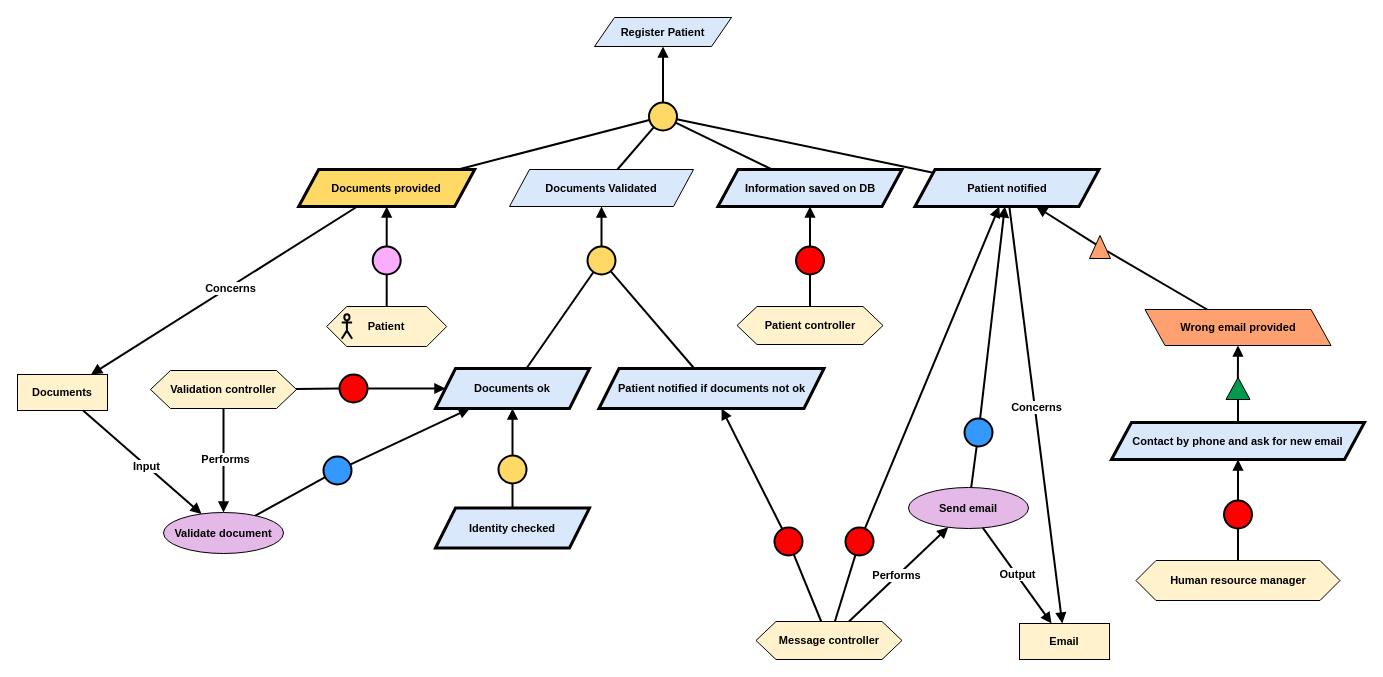
This is Kaos/KAOS 1.drawio from RafaelCMira/myclinic-msp-project, a draw.io file, before an edit. Source tidied: cells renumbered, new cells numbered last; positions are measured from the earlier drawing's top-left corner, leaving out a move shared by most shapes. Both pictures are drawn from the tidied source at 100%, with x=0, y=0 at pixel (17, 17).
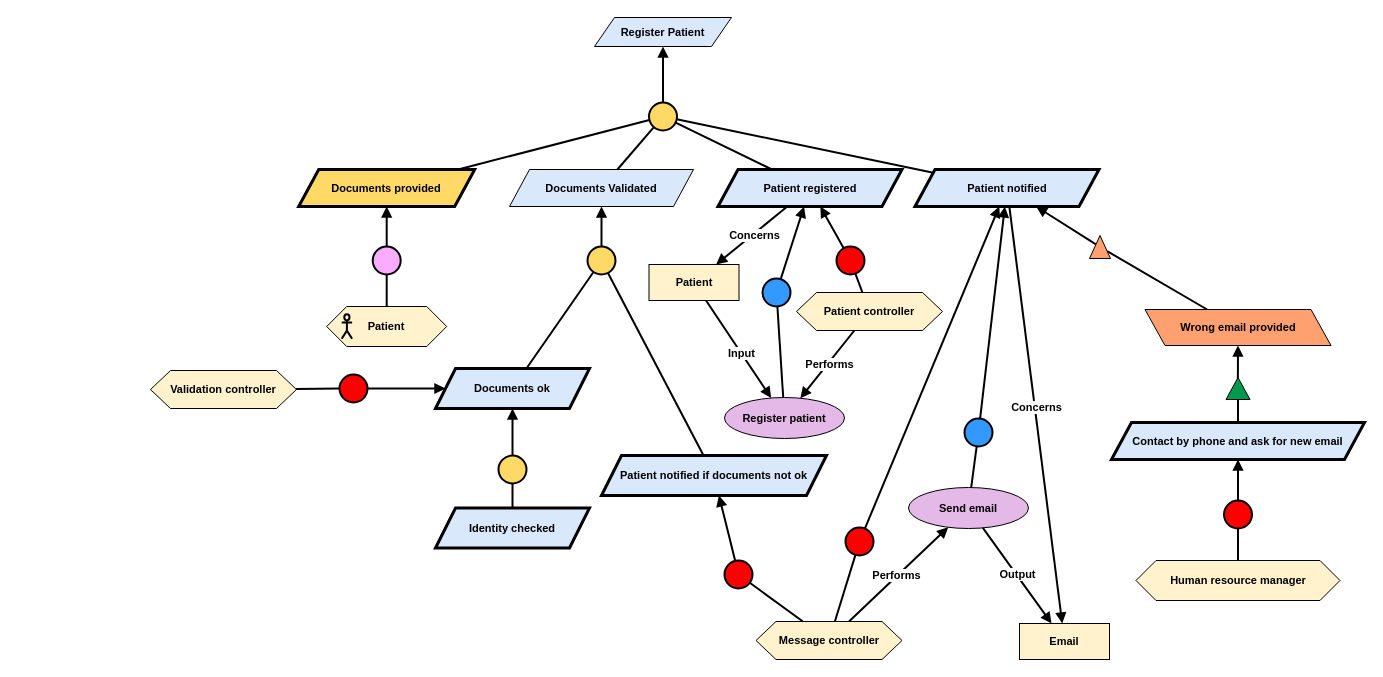
The same diagram, later.

Unchanged cells that the change refers to:
```xml
<mxCell id="8" value="&lt;b&gt;Documents provided&lt;/b&gt;" style="shape=parallelogram;perimeter=parallelogramPerimeter;whiteSpace=wrap;html=1;fixedSize=1;fillColor=#FFD966;strokeColor=#000000;strokeWidth=3;fontFamily=Helvetica;fontSize=11;fontColor=default;labelBackgroundColor=none;" parent="1" vertex="1">
  <mxGeometry x="281.2" y="152" width="176" height="37" as="geometry" />
</mxCell>
<mxCell id="15" value="&lt;div&gt;&lt;b&gt;Validation controller&lt;/b&gt;&lt;/div&gt;" style="shape=hexagon;perimeter=hexagonPerimeter2;whiteSpace=wrap;html=1;fixedSize=1;fillColor=#FFF2CC;fontFamily=Helvetica;fontSize=11;fontColor=default;labelBackgroundColor=none;" parent="1" vertex="1">
  <mxGeometry x="133" y="353" width="146" height="38" as="geometry" />
</mxCell>
<mxCell id="19" value="&lt;b&gt;Documents ok&lt;/b&gt;" style="shape=parallelogram;perimeter=parallelogramPerimeter;whiteSpace=wrap;html=1;fixedSize=1;fillColor=#dae8fc;strokeColor=#000000;fontFamily=Helvetica;fontSize=11;fontColor=default;labelBackgroundColor=none;strokeWidth=3;" parent="1" vertex="1">
  <mxGeometry x="418" y="351" width="154" height="40" as="geometry" />
</mxCell>
```

What changed in the source:
```diff
@@
     <mxCell id="17" style="ellipse;whiteSpace=wrap;html=1;fillColor=#FF0000;strokeWidth=2;" parent="1" vertex="1">
-      <mxGeometry x="757" y="510" width="28" height="28" as="geometry" />
+      <mxGeometry x="707" y="543" width="28" height="28" as="geometry" />
     </mxCell>
@@
     <mxCell id="22" value="&lt;b&gt;Patient notified if documents not ok&lt;/b&gt;" style="shape=parallelogram;perimeter=parallelogramPerimeter;whiteSpace=wrap;html=1;fixedSize=1;fillColor=#dae8fc;strokeColor=#000000;strokeWidth=3;fontFamily=Helvetica;fontSize=11;fontColor=default;labelBackgroundColor=none;" parent="1" vertex="1">
-      <mxGeometry x="581.5" y="351" width="225" height="40" as="geometry" />
+      <mxGeometry x="584" y="438" width="225" height="40" as="geometry" />
     </mxCell>
@@
-    <mxCell id="30" value="&lt;b&gt;Information saved on DB&lt;/b&gt;" style="shape=parallelogram;perimeter=parallelogramPerimeter;whiteSpace=wrap;html=1;fixedSize=1;fillColor=#dae8fc;strokeColor=#000000;strokeWidth=3;fontFamily=Helvetica;fontSize=11;fontColor=default;labelBackgroundColor=none;" parent="1" vertex="1">
+    <mxCell id="30" value="&lt;b&gt;Patient registered&lt;/b&gt;" style="shape=parallelogram;perimeter=parallelogramPerimeter;whiteSpace=wrap;html=1;fixedSize=1;fillColor=#dae8fc;strokeColor=#000000;strokeWidth=3;fontFamily=Helvetica;fontSize=11;fontColor=default;labelBackgroundColor=none;" parent="1" vertex="1">
       <mxGeometry x="700.5" y="152" width="184" height="37" as="geometry" />
     </mxCell>
@@
     <mxCell id="37" value="&lt;div&gt;&lt;b&gt;Patient controller&lt;/b&gt;&lt;/div&gt;" style="shape=hexagon;perimeter=hexagonPerimeter2;whiteSpace=wrap;html=1;fixedSize=1;fillColor=#FFF2CC;fontFamily=Helvetica;fontSize=11;fontColor=default;labelBackgroundColor=none;" parent="1" vertex="1">
-      <mxGeometry x="719.5" y="289" width="146" height="38" as="geometry" />
+      <mxGeometry x="779" y="275" width="146" height="38" as="geometry" />
     </mxCell>
     <mxCell id="38" style="ellipse;whiteSpace=wrap;html=1;fillColor=#FF0000;strokeWidth=2;" parent="1" vertex="1">
-      <mxGeometry x="778.5" y="229" width="28" height="28" as="geometry" />
+      <mxGeometry x="819" y="229" width="28" height="28" as="geometry" />
     </mxCell>
@@
-    <mxCell id="52" value="&lt;b&gt;Validate document&lt;/b&gt;" style="ellipse;whiteSpace=wrap;html=1;fillColor=#E4B9E7;strokeColor=#000000;fontFamily=Helvetica;fontSize=11;fontColor=default;labelBackgroundColor=none;" parent="1" vertex="1">
-      <mxGeometry x="146" y="495" width="120" height="41" as="geometry" />
+    <mxCell id="52" value="&lt;b&gt;Register patient&lt;/b&gt;" style="ellipse;whiteSpace=wrap;html=1;fillColor=#E4B9E7;strokeColor=#000000;fontFamily=Helvetica;fontSize=11;fontColor=default;labelBackgroundColor=none;" parent="1" vertex="1">
+      <mxGeometry x="707" y="380" width="120" height="41" as="geometry" />
     </mxCell>
     <mxCell id="53" style="ellipse;whiteSpace=wrap;html=1;fillColor=#3399FF;strokeWidth=2;" parent="1" vertex="1">
-      <mxGeometry x="306" y="439" width="28" height="28" as="geometry" />
+      <mxGeometry x="745" y="261" width="28" height="28" as="geometry" />
     </mxCell>
-    <mxCell id="54" style="endArrow=block;html=1;rounded=0;endFill=1;strokeWidth=2;" parent="1" edge="1" source="53" target="19">
+    <mxCell id="54" style="endArrow=block;html=1;rounded=0;endFill=1;strokeWidth=2;" parent="1" edge="1" source="53" target="30">
       <mxGeometry relative="1" as="geometry" />
     </mxCell>
@@
-    <mxCell id="56" value="&lt;b&gt;Documents&lt;/b&gt;" style="rounded=0;whiteSpace=wrap;html=1;fillColor=#FFF2CC;fontFamily=Helvetica;fontSize=11;fontColor=default;labelBackgroundColor=none;" parent="1" vertex="1">
-      <mxGeometry y="357" width="90" height="36" as="geometry" />
+    <mxCell id="56" value="&lt;b&gt;Patient&lt;/b&gt;" style="rounded=0;whiteSpace=wrap;html=1;fillColor=#FFF2CC;fontFamily=Helvetica;fontSize=11;fontColor=default;labelBackgroundColor=none;" parent="1" vertex="1">
+      <mxGeometry x="631.5" y="247" width="90" height="36" as="geometry" />
     </mxCell>
@@
-    <mxCell id="75" style="endArrow=block;html=1;rounded=0;endFill=1;strokeWidth=2;" parent="1" edge="1" source="15" target="52">
+    <mxCell id="75" style="endArrow=block;html=1;rounded=0;endFill=1;strokeWidth=2;" parent="1" edge="1" source="37" target="52">
       <mxGeometry relative="1" as="geometry" />
     </mxCell>
@@
-    <mxCell id="77" style="endArrow=block;html=1;rounded=0;endFill=1;strokeWidth=2;" parent="1" edge="1" source="8" target="56">
+    <mxCell id="77" style="endArrow=block;html=1;rounded=0;endFill=1;strokeWidth=2;" parent="1" edge="1" source="30" target="56">
       <mxGeometry relative="1" as="geometry" />
     </mxCell>
```
